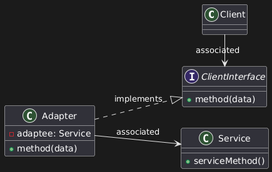
This is LearningPatterns/Structural/Adapter/scheme.png from AlekseyLapunov/Practise_cpp, a PlantUML export, as it was before one commit.
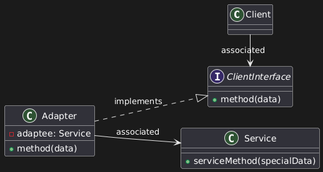
The same diagram one commit later.

Change to the diagram source:
```diff
@@ -16,7 +16,7 @@
 
 class Service
 {
-+serviceMethod()
++serviceMethod(specialData)
 }
 
 Adapter ..|> ClientInterface : implements
```
